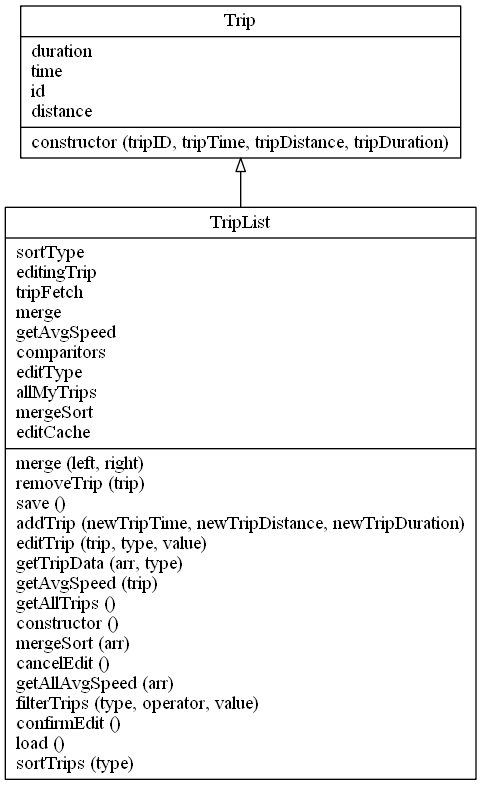
The Graphviz diagram output/classes.dot.png in ChironEvans/de321-Assignment2-2020, before a commit. Its source is kept beside it as output/classes.dot.
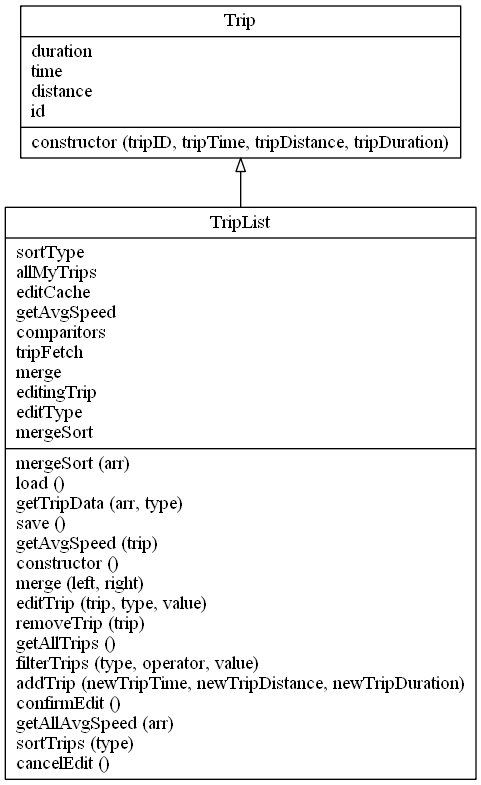
After the commit.

Change to the diagram source:
```diff
@@ -1,7 +1,7 @@
 digraph "classes_test" {
 charset="utf-8"
 rankdir=BT
-"0" [label="{Trip|duration\ltime\lid\ldistance\l|constructor (tripID, tripTime, tripDistance, tripDuration)\l}", shape="record"];
-"1" [label="{TripList|sortType\leditingTrip\ltripFetch\lmerge\lgetAvgSpeed\lcomparitors\leditType\lallMyTrips\lmergeSort\leditCache\l|merge (left, right)\lremoveTrip (trip)\lsave ()\laddTrip (newTripTime, newTripDistance, newTripDuration)\leditTrip (trip, type, value)\lgetTripData (arr, type)\lgetAvgSpeed (trip)\lgetAllTrips ()\lconstructor ()\lmergeSort (arr)\lcancelEdit ()\lgetAllAvgSpeed (arr)\lfilterTrips (type, operator, value)\lconfirmEdit ()\lload ()\lsortTrips (type)\l}", shape="record"];
+"0" [label="{Trip|duration\ltime\ldistance\lid\l|constructor (tripID, tripTime, tripDistance, tripDuration)\l}", shape="record"];
+"1" [label="{TripList|sortType\lallMyTrips\leditCache\lgetAvgSpeed\lcomparitors\ltripFetch\lmerge\leditingTrip\leditType\lmergeSort\l|mergeSort (arr)\lload ()\lgetTripData (arr, type)\lsave ()\lgetAvgSpeed (trip)\lconstructor ()\lmerge (left, right)\leditTrip (trip, type, value)\lremoveTrip (trip)\lgetAllTrips ()\lfilterTrips (type, operator, value)\laddTrip (newTripTime, newTripDistance, newTripDuration)\lconfirmEdit ()\lgetAllAvgSpeed (arr)\lsortTrips (type)\lcancelEdit ()\l}", shape="record"];
 "1" -> "0" [arrowhead="empty", arrowtail="none"];
 }
```
